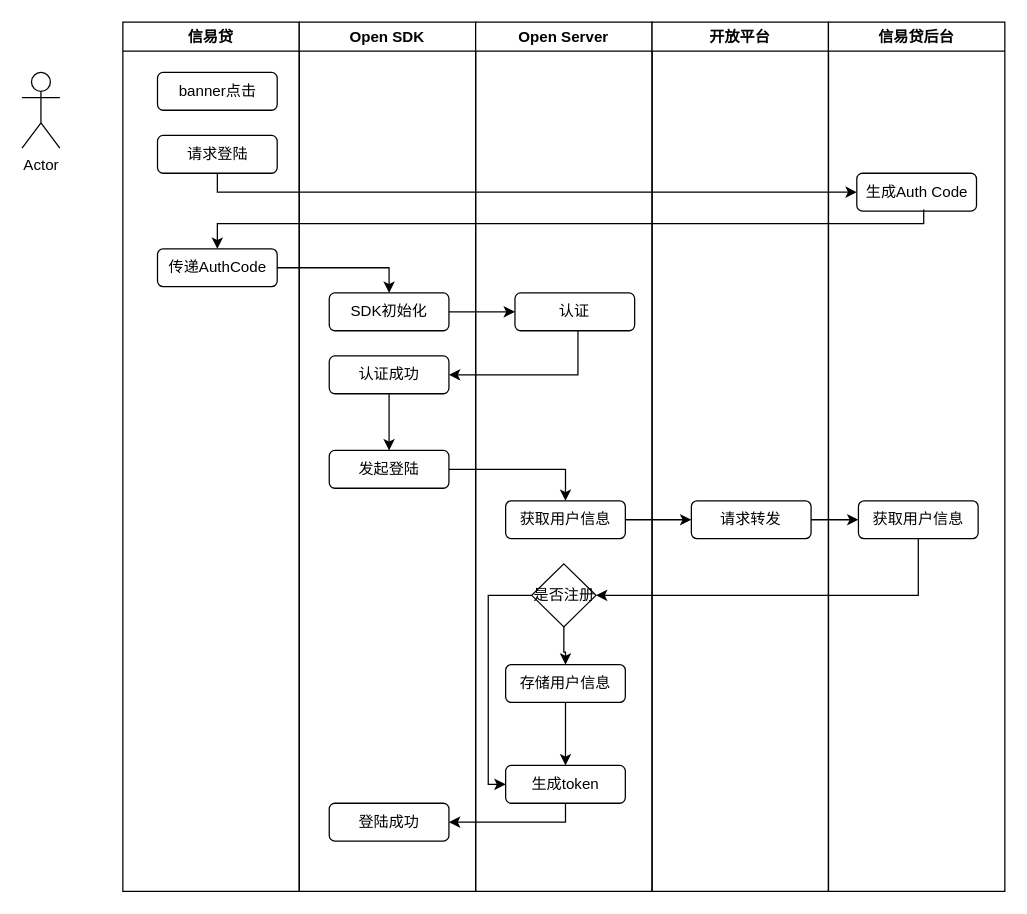
This is page "Page-1" (1 of 2) of doc/未命名绘图.drawio from shushanfx/nfile, a draw.io file, before an edit. Source tidied: cells renumbered, new cells numbered last; positions are measured from the earlier drawing's top-left corner, leaving out a move shared by most shapes. Both pictures are drawn from the tidied source at 126%, with x=0, y=0 at pixel (21, 21).
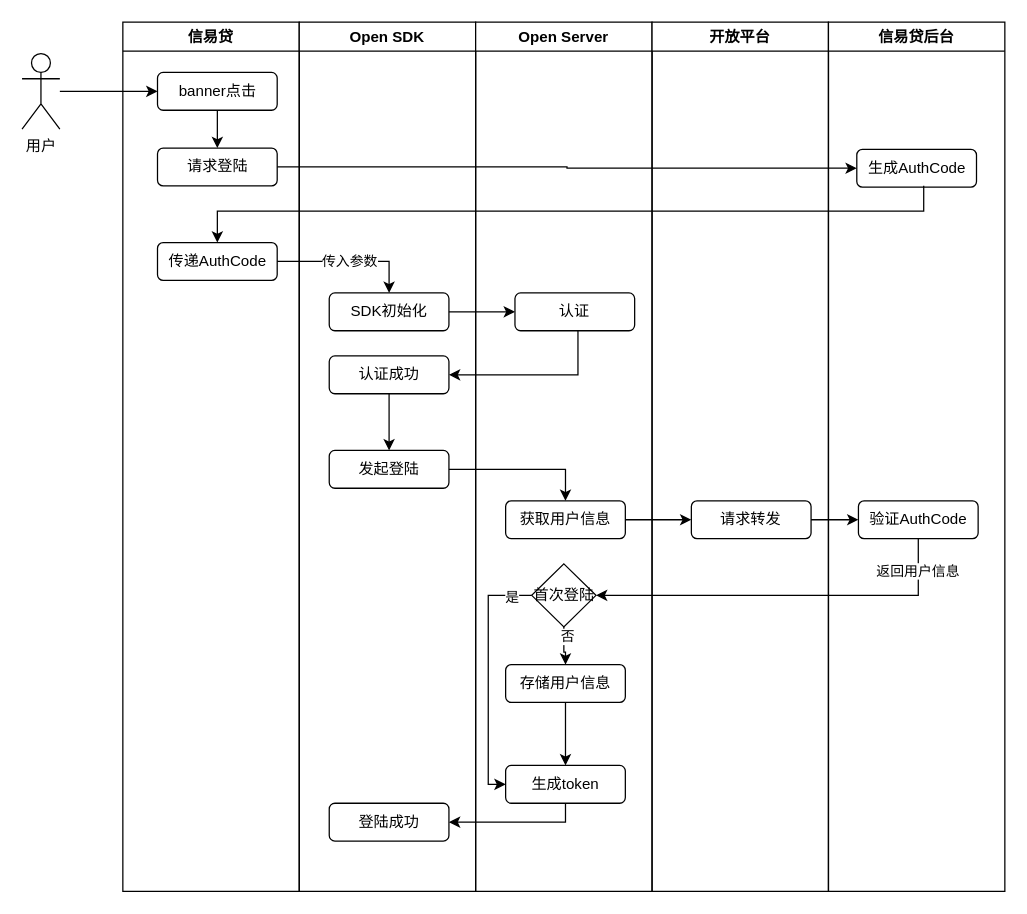
The same diagram, later.

Unchanged cells that the change refers to:
```xml
<mxCell id="2" value="信易贷" style="swimlane;whiteSpace=wrap;html=1;" parent="1" vertex="1">
  <mxGeometry x="80" width="140" height="690" as="geometry" />
</mxCell>
<mxCell id="3" value="banner点击" style="rounded=1;whiteSpace=wrap;html=1;" parent="2" vertex="1">
  <mxGeometry x="27.5" y="40" width="95" height="30" as="geometry" />
</mxCell>
<mxCell id="8" value="SDK初始化" style="rounded=1;whiteSpace=wrap;html=1;" parent="6" vertex="1">
  <mxGeometry x="23.8" y="215" width="95" height="30" as="geometry" />
</mxCell>
<mxCell id="12" value="Open Server" style="swimlane;whiteSpace=wrap;html=1;" parent="1" vertex="1">
  <mxGeometry x="360" width="140" height="690" as="geometry" />
</mxCell>
<mxCell id="16" style="edgeStyle=orthogonalEdgeStyle;rounded=0;jettySize=auto;html=1;entryX=0.5;entryY=0;entryDx=0;entryDy=0;" parent="12" edge="1" source="18" target="20">
  <mxGeometry relative="1" as="geometry" />
</mxCell>
<mxCell id="17" style="edgeStyle=orthogonalEdgeStyle;rounded=0;jettySize=auto;html=1;entryX=0;entryY=0.5;entryDx=0;entryDy=0;" parent="12" edge="1" source="18" target="14">
  <mxGeometry relative="1" as="geometry">
    <Array as="points">
      <mxPoint x="10" y="455" />
      <mxPoint x="10" y="605" />
    </Array>
  </mxGeometry>
</mxCell>
<mxCell id="23" value="信易贷后台" style="swimlane;whiteSpace=wrap;html=1;" parent="1" vertex="1">
  <mxGeometry x="640" width="140" height="690" as="geometry" />
</mxCell>
<mxCell id="30" style="edgeStyle=orthogonalEdgeStyle;rounded=0;jettySize=auto;html=1;entryX=1;entryY=0.5;entryDx=0;entryDy=0;" parent="1" edge="1" source="25" target="18">
  <mxGeometry relative="1" as="geometry">
    <Array as="points">
      <mxPoint x="711" y="455" />
    </Array>
  </mxGeometry>
</mxCell>
```

What changed in the source:
```diff
@@
+    <mxCell id="37" style="edgeStyle=orthogonalEdgeStyle;rounded=0;jettySize=auto;html=1;" parent="2" edge="1" source="3" target="5">
+      <mxGeometry relative="1" as="geometry" />
+    </mxCell>
@@
     <mxCell id="4" value="传递AuthCode" style="rounded=1;whiteSpace=wrap;html=1;" parent="2" vertex="1">
-      <mxGeometry x="27.5" y="180" width="95" height="30" as="geometry" />
+      <mxGeometry x="27.5" y="175" width="95" height="30" as="geometry" />
     </mxCell>
     <mxCell id="5" value="请求登陆" style="rounded=1;whiteSpace=wrap;html=1;" parent="2" vertex="1">
-      <mxGeometry x="27.5" y="90" width="95" height="30" as="geometry" />
+      <mxGeometry x="27.5" y="100" width="95" height="30" as="geometry" />
     </mxCell>
@@
+    <mxCell id="38" value="否" style="edgeLabel;html=1;align=center;verticalAlign=middle;" parent="16" vertex="1">
+      <mxGeometry x="-0.54" y="2" relative="1" as="geometry" />
+    </mxCell>
@@
+    <mxCell id="39" value="是" style="edgeLabel;html=1;align=center;verticalAlign=middle;" parent="17" vertex="1">
+      <mxGeometry x="-0.84" y="1" relative="1" as="geometry" />
+    </mxCell>
-    <mxCell id="18" value="是否注册" style="rhombus;whiteSpace=wrap;html=1;" parent="12" vertex="1">
+    <mxCell id="18" value="首次登陆" style="rhombus;whiteSpace=wrap;html=1;" parent="12" vertex="1">
       <mxGeometry x="44.5" y="430" width="51" height="50" as="geometry" />
     </mxCell>
@@
-    <mxCell id="24" value="生成Auth Code" style="rounded=1;whiteSpace=wrap;html=1;" parent="23" vertex="1">
-      <mxGeometry x="22.5" y="120" width="95" height="30" as="geometry" />
+    <mxCell id="24" value="生成AuthCode" style="rounded=1;whiteSpace=wrap;html=1;" parent="23" vertex="1">
+      <mxGeometry x="22.5" y="101" width="95" height="30" as="geometry" />
     </mxCell>
-    <mxCell id="25" value="获取用户信息" style="rounded=1;whiteSpace=wrap;html=1;" parent="23" vertex="1">
+    <mxCell id="25" value="验证AuthCode" style="rounded=1;whiteSpace=wrap;html=1;" parent="23" vertex="1">
       <mxGeometry x="23.8" y="380" width="95" height="30" as="geometry" />
     </mxCell>
+    <mxCell id="40" style="edgeStyle=orthogonalEdgeStyle;rounded=0;jettySize=auto;html=1;entryX=0;entryY=0.5;entryDx=0;entryDy=0;" parent="1" edge="1" source="26" target="3">
+      <mxGeometry relative="1" as="geometry" />
+    </mxCell>
-    <mxCell id="26" value="Actor" style="shape=umlActor;verticalLabelPosition=bottom;verticalAlign=top;html=1;outlineConnect=0;" parent="1" vertex="1">
-      <mxGeometry y="40" width="30" height="60" as="geometry" />
+    <mxCell id="26" value="用户" style="shape=umlActor;verticalLabelPosition=bottom;verticalAlign=top;html=1;outlineConnect=0;" parent="1" vertex="1">
+      <mxGeometry y="25" width="30" height="60" as="geometry" />
     </mxCell>
@@
+    <mxCell id="41" value="返回用户信息" style="edgeLabel;html=1;align=center;verticalAlign=middle;" parent="30" vertex="1">
+      <mxGeometry x="-0.84" y="-1" relative="1" as="geometry">
+        <mxPoint y="1" as="offset" />
+      </mxGeometry>
+    </mxCell>
@@
-    <mxCell id="34" style="edgeStyle=orthogonalEdgeStyle;rounded=0;jettySize=auto;html=1;exitX=0.5;exitY=1;exitDx=0;exitDy=0;entryX=0;entryY=0.5;entryDx=0;entryDy=0;" parent="1" edge="1" source="5" target="24">
-      <mxGeometry relative="1" as="geometry">
-        <Array as="points">
-          <mxPoint x="155" y="135" />
-        </Array>
-      </mxGeometry>
-    </mxCell>
     <mxCell id="35" style="edgeStyle=orthogonalEdgeStyle;rounded=0;jettySize=auto;html=1;entryX=0.5;entryY=0;entryDx=0;entryDy=0;exitX=0.559;exitY=0.961;exitDx=0;exitDy=0;exitPerimeter=0;" parent="1" edge="1" source="24" target="4">
       <mxGeometry relative="1" as="geometry">
         <Array as="points">
-          <mxPoint x="716" y="160" />
-          <mxPoint x="155" y="160" />
+          <mxPoint x="716" y="150" />
+          <mxPoint x="155" y="150" />
         </Array>
       </mxGeometry>
     </mxCell>
-    <mxCell id="36" style="edgeStyle=orthogonalEdgeStyle;rounded=0;jettySize=auto;html=1;entryX=0.5;entryY=0;entryDx=0;entryDy=0;" parent="1" edge="1" source="4" target="8">
-      <mxGeometry relative="1" as="geometry" />
+    <mxCell id="36" value="传入参数" style="edgeStyle=orthogonalEdgeStyle;rounded=0;jettySize=auto;html=1;entryX=0.5;entryY=0;entryDx=0;entryDy=0;" parent="1" edge="1" source="4" target="8">
+      <mxGeometry x="0.01" relative="1" as="geometry" />
     </mxCell>
+    <mxCell id="34" style="edgeStyle=orthogonalEdgeStyle;rounded=0;jettySize=auto;html=1;entryX=0;entryY=0.5;entryDx=0;entryDy=0;" parent="1" edge="1" source="5" target="24">
+      <mxGeometry relative="1" as="geometry" />
+    </mxCell>
```
